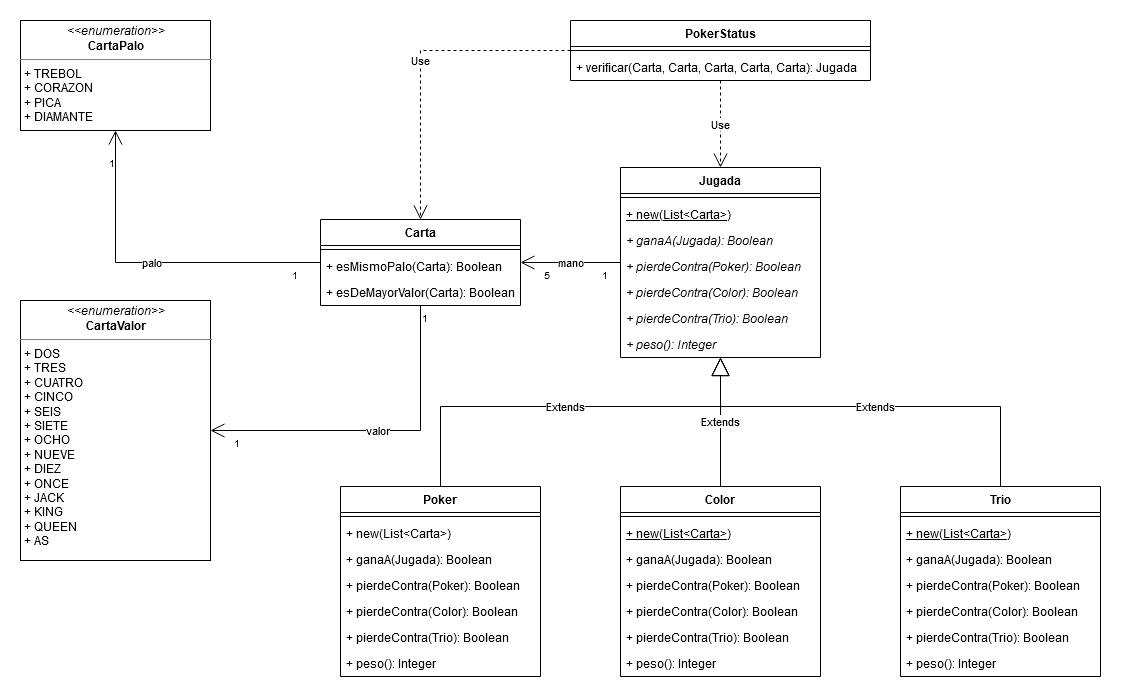
This is docs/tp07_test_y_test_doubles/uml-06-jugadas-de-poquer.png from pablospizzamiglio/unq-po2, a draw.io export, as it was before one commit. Source tidied: cells renumbered, new cells last; positions are measured from the earlier drawing's top-left corner, leaving out a move shared by most shapes. Its diagram source:
```xml
<mxGraphModel>
  <root>
    <mxCell id="0" />
    <mxCell id="1" parent="0" />
    <mxCell id="2" value="mano" style="endArrow=open;html=1;endSize=12;startArrow=none;startSize=14;startFill=0;edgeStyle=orthogonalEdgeStyle;rounded=0;" parent="1" edge="1" source="41" target="37">
      <mxGeometry relative="1" as="geometry" />
    </mxCell>
    <mxCell id="3" value="1" style="html=1;align=left;verticalAlign=top;labelBackgroundColor=#ffffff;fontSize=10;" parent="2" vertex="1">
      <mxGeometry x="-1" relative="1" as="geometry">
        <mxPoint x="-20" as="offset" />
      </mxGeometry>
    </mxCell>
    <mxCell id="4" value="5" style="html=1;align=right;verticalAlign=top;labelBackgroundColor=#ffffff;fontSize=10;" parent="2" vertex="1">
      <mxGeometry x="1" relative="1" as="geometry">
        <mxPoint x="30" as="offset" />
      </mxGeometry>
    </mxCell>
    <mxCell id="5" value="Extends" style="endArrow=block;endSize=16;endFill=0;html=1;edgeStyle=orthogonalEdgeStyle;rounded=0;" parent="1" edge="1" source="13" target="41">
      <mxGeometry relative="1" as="geometry">
        <Array as="points">
          <mxPoint x="420" y="386" />
          <mxPoint x="700" y="386" />
        </Array>
      </mxGeometry>
    </mxCell>
    <mxCell id="6" value="Extends" style="endArrow=block;endSize=16;endFill=0;html=1;rounded=0;edgeStyle=orthogonalEdgeStyle;" parent="1" edge="1" source="49" target="41">
      <mxGeometry relative="1" as="geometry" />
    </mxCell>
    <mxCell id="7" value="Extends" style="endArrow=block;endSize=16;endFill=0;html=1;rounded=0;edgeStyle=orthogonalEdgeStyle;" parent="1" edge="1" source="21" target="41">
      <mxGeometry relative="1" as="geometry">
        <Array as="points">
          <mxPoint x="980" y="386" />
          <mxPoint x="700" y="386" />
        </Array>
      </mxGeometry>
    </mxCell>
    <mxCell id="8" value="Use" style="endArrow=open;endSize=12;dashed=1;html=1;edgeStyle=orthogonalEdgeStyle;rounded=0;" parent="1" edge="1" source="10" target="37">
      <mxGeometry relative="1" as="geometry" />
    </mxCell>
    <mxCell id="9" value="Use" style="endArrow=open;endSize=12;dashed=1;html=1;" parent="1" edge="1" source="10" target="41">
      <mxGeometry relative="1" as="geometry" />
    </mxCell>
    <mxCell id="10" value="PokerStatus" style="swimlane;fontStyle=1;align=center;verticalAlign=top;horizontal=1;startSize=26;" parent="1" vertex="1">
      <mxGeometry x="550" width="300" height="60" as="geometry" />
    </mxCell>
    <mxCell id="11" style="line;strokeWidth=1;fillColor=none;align=left;verticalAlign=middle;spacingTop=-1;spacingLeft=3;spacingRight=3;labelPosition=right;" parent="10" vertex="1">
      <mxGeometry y="26" width="300" height="8" as="geometry" />
    </mxCell>
    <mxCell id="12" value="+ verificar(Carta, Carta, Carta, Carta, Carta): Jugada" style="text;strokeColor=none;fillColor=none;align=left;verticalAlign=top;spacingLeft=4;spacingRight=4;overflow=hidden;" parent="10" vertex="1">
      <mxGeometry y="34" width="300" height="26" as="geometry" />
    </mxCell>
    <mxCell id="13" value="Poker" style="swimlane;fontStyle=1;align=center;verticalAlign=top;horizontal=1;startSize=26;" parent="1" vertex="1">
      <mxGeometry x="320" y="466" width="200" height="190" as="geometry" />
    </mxCell>
    <mxCell id="14" style="line;strokeWidth=1;fillColor=none;align=left;verticalAlign=middle;spacingTop=-1;spacingLeft=3;spacingRight=3;labelPosition=right;" parent="13" vertex="1">
      <mxGeometry y="26" width="200" height="8" as="geometry" />
    </mxCell>
    <mxCell id="15" value="+ new(List&lt;Carta&gt;)" style="text;strokeColor=none;fillColor=none;align=left;verticalAlign=top;spacingLeft=4;spacingRight=4;overflow=hidden;" parent="13" vertex="1">
      <mxGeometry y="34" width="200" height="26" as="geometry" />
    </mxCell>
    <mxCell id="16" value="+ ganaA(Jugada): Boolean" style="text;strokeColor=none;fillColor=none;align=left;verticalAlign=top;spacingLeft=4;spacingRight=4;overflow=hidden;" parent="13" vertex="1">
      <mxGeometry y="60" width="200" height="26" as="geometry" />
    </mxCell>
    <mxCell id="17" value="+ pierdeContra(Poker): Boolean" style="text;strokeColor=none;fillColor=none;align=left;verticalAlign=top;spacingLeft=4;spacingRight=4;overflow=hidden;" parent="13" vertex="1">
      <mxGeometry y="86" width="200" height="26" as="geometry" />
    </mxCell>
    <mxCell id="18" value="+ pierdeContra(Color): Boolean" style="text;strokeColor=none;fillColor=none;align=left;verticalAlign=top;spacingLeft=4;spacingRight=4;overflow=hidden;" parent="13" vertex="1">
      <mxGeometry y="112" width="200" height="26" as="geometry" />
    </mxCell>
    <mxCell id="19" value="+ pierdeContra(Trio): Boolean" style="text;strokeColor=none;fillColor=none;align=left;verticalAlign=top;spacingLeft=4;spacingRight=4;overflow=hidden;" parent="13" vertex="1">
      <mxGeometry y="138" width="200" height="26" as="geometry" />
    </mxCell>
    <mxCell id="20" value="+ peso(): Integer" style="text;strokeColor=none;fillColor=none;align=left;verticalAlign=top;spacingLeft=4;spacingRight=4;overflow=hidden;" parent="13" vertex="1">
      <mxGeometry y="164" width="200" height="26" as="geometry" />
    </mxCell>
    <mxCell id="21" value="Trio" style="swimlane;fontStyle=1;align=center;verticalAlign=top;horizontal=1;startSize=26;" parent="1" vertex="1">
      <mxGeometry x="880" y="466" width="200" height="190" as="geometry" />
    </mxCell>
    <mxCell id="22" style="line;strokeWidth=1;fillColor=none;align=left;verticalAlign=middle;spacingTop=-1;spacingLeft=3;spacingRight=3;labelPosition=right;" parent="21" vertex="1">
      <mxGeometry y="26" width="200" height="8" as="geometry" />
    </mxCell>
    <mxCell id="23" value="+ new(List&lt;Carta&gt;)" style="text;strokeColor=none;fillColor=none;align=left;verticalAlign=top;spacingLeft=4;spacingRight=4;overflow=hidden;fontStyle=4;" parent="21" vertex="1">
      <mxGeometry y="34" width="200" height="26" as="geometry" />
    </mxCell>
    <mxCell id="24" value="+ ganaA(Jugada): Boolean" style="text;strokeColor=none;fillColor=none;align=left;verticalAlign=top;spacingLeft=4;spacingRight=4;overflow=hidden;fontStyle=0;" parent="21" vertex="1">
      <mxGeometry y="60" width="200" height="26" as="geometry" />
    </mxCell>
    <mxCell id="25" value="+ pierdeContra(Poker): Boolean" style="text;strokeColor=none;fillColor=none;align=left;verticalAlign=top;spacingLeft=4;spacingRight=4;overflow=hidden;fontStyle=0;" parent="21" vertex="1">
      <mxGeometry y="86" width="200" height="26" as="geometry" />
    </mxCell>
    <mxCell id="26" value="+ pierdeContra(Color): Boolean" style="text;strokeColor=none;fillColor=none;align=left;verticalAlign=top;spacingLeft=4;spacingRight=4;overflow=hidden;fontStyle=0;" parent="21" vertex="1">
      <mxGeometry y="112" width="200" height="26" as="geometry" />
    </mxCell>
    <mxCell id="27" value="+ pierdeContra(Trio): Boolean" style="text;strokeColor=none;fillColor=none;align=left;verticalAlign=top;spacingLeft=4;spacingRight=4;overflow=hidden;fontStyle=0;" parent="21" vertex="1">
      <mxGeometry y="138" width="200" height="26" as="geometry" />
    </mxCell>
    <mxCell id="28" value="+ peso(): Integer" style="text;strokeColor=none;fillColor=none;align=left;verticalAlign=top;spacingLeft=4;spacingRight=4;overflow=hidden;fontStyle=0;" parent="21" vertex="1">
      <mxGeometry y="164" width="200" height="26" as="geometry" />
    </mxCell>
    <mxCell id="29" value="&lt;p style=&quot;margin: 0px ; margin-top: 4px ; text-align: center&quot;&gt;&lt;i&gt;&amp;lt;&amp;lt;enumeration&amp;gt;&amp;gt;&lt;/i&gt;&lt;br&gt;&lt;b&gt;CartaPalo&lt;/b&gt;&lt;/p&gt;&lt;hr size=&quot;1&quot;&gt;&lt;p style=&quot;margin: 0px ; margin-left: 4px&quot;&gt;+ TREBOL&lt;br&gt;+ CORAZON&lt;br&gt;+ PICA&lt;br&gt;+ DIAMANTE&lt;br&gt;&lt;/p&gt;" style="verticalAlign=top;align=left;overflow=fill;fontSize=12;fontFamily=Helvetica;html=1;" parent="1" vertex="1">
      <mxGeometry width="190" height="110" as="geometry" />
    </mxCell>
    <mxCell id="30" value="&lt;p style=&quot;margin: 0px ; margin-top: 4px ; text-align: center&quot;&gt;&lt;i&gt;&amp;lt;&amp;lt;enumeration&amp;gt;&amp;gt;&lt;/i&gt;&lt;br&gt;&lt;b&gt;CartaValor&lt;/b&gt;&lt;/p&gt;&lt;hr size=&quot;1&quot;&gt;&lt;p style=&quot;margin: 0px ; margin-left: 4px&quot;&gt;+ DOS&lt;br&gt;+ TRES&lt;br&gt;+ CUATRO&lt;br&gt;+ CINCO&lt;br&gt;+ SEIS&lt;br&gt;+ SIETE&lt;br&gt;+ OCHO&lt;br&gt;+ NUEVE&lt;br&gt;+ DIEZ&lt;br&gt;+ ONCE&lt;br&gt;+ JACK&lt;br&gt;+ KING&lt;br&gt;+ QUEEN&lt;br&gt;+ AS&lt;br&gt;&lt;/p&gt;" style="verticalAlign=top;align=left;overflow=fill;fontSize=12;fontFamily=Helvetica;html=1;" parent="1" vertex="1">
      <mxGeometry y="280" width="190" height="260" as="geometry" />
    </mxCell>
    <mxCell id="31" value="palo" style="endArrow=open;html=1;endSize=12;startArrow=none;startSize=14;startFill=0;edgeStyle=orthogonalEdgeStyle;rounded=0;" parent="1" edge="1" source="37" target="29">
      <mxGeometry relative="1" as="geometry" />
    </mxCell>
    <mxCell id="32" value="1" style="html=1;align=left;verticalAlign=top;labelBackgroundColor=#ffffff;fontSize=10;" parent="31" vertex="1">
      <mxGeometry x="-1" relative="1" as="geometry">
        <mxPoint x="-30" as="offset" />
      </mxGeometry>
    </mxCell>
    <mxCell id="33" value="1" style="html=1;align=right;verticalAlign=top;labelBackgroundColor=#ffffff;fontSize=10;" parent="31" vertex="1">
      <mxGeometry x="1" relative="1" as="geometry">
        <mxPoint y="20" as="offset" />
      </mxGeometry>
    </mxCell>
    <mxCell id="34" value="valor" style="endArrow=open;html=1;endSize=12;startArrow=none;startSize=14;startFill=0;edgeStyle=orthogonalEdgeStyle;rounded=0;" parent="1" edge="1" source="37" target="30">
      <mxGeometry relative="1" as="geometry">
        <Array as="points">
          <mxPoint x="400" y="410" />
        </Array>
      </mxGeometry>
    </mxCell>
    <mxCell id="35" value="1" style="html=1;align=left;verticalAlign=top;labelBackgroundColor=#ffffff;fontSize=10;" parent="34" vertex="1">
      <mxGeometry x="-1" relative="1" as="geometry" />
    </mxCell>
    <mxCell id="36" value="1" style="html=1;align=right;verticalAlign=top;labelBackgroundColor=#ffffff;fontSize=10;" parent="34" vertex="1">
      <mxGeometry x="1" relative="1" as="geometry">
        <mxPoint x="30" as="offset" />
      </mxGeometry>
    </mxCell>
    <mxCell id="37" value="Carta" style="swimlane;fontStyle=1;align=center;verticalAlign=top;horizontal=1;startSize=26;" parent="1" vertex="1">
      <mxGeometry x="300" y="199" width="200" height="86" as="geometry" />
    </mxCell>
    <mxCell id="38" style="line;strokeWidth=1;fillColor=none;align=left;verticalAlign=middle;spacingTop=-1;spacingLeft=3;spacingRight=3;labelPosition=right;" parent="37" vertex="1">
      <mxGeometry y="26" width="200" height="8" as="geometry" />
    </mxCell>
    <mxCell id="39" value="+ esMismoPalo(Carta): Boolean" style="text;strokeColor=none;fillColor=none;align=left;verticalAlign=top;spacingLeft=4;spacingRight=4;overflow=hidden;" parent="37" vertex="1">
      <mxGeometry y="34" width="200" height="26" as="geometry" />
    </mxCell>
    <mxCell id="40" value="+ esDeMayorValor(Carta): Boolean" style="text;strokeColor=none;fillColor=none;align=left;verticalAlign=top;spacingLeft=4;spacingRight=4;overflow=hidden;" parent="37" vertex="1">
      <mxGeometry y="60" width="200" height="26" as="geometry" />
    </mxCell>
    <mxCell id="41" value="Jugada" style="swimlane;fontStyle=1;align=center;verticalAlign=top;horizontal=1;startSize=26;" parent="1" vertex="1">
      <mxGeometry x="600" y="147" width="200" height="190" as="geometry" />
    </mxCell>
    <mxCell id="42" style="line;strokeWidth=1;fillColor=none;align=left;verticalAlign=middle;spacingTop=-1;spacingLeft=3;spacingRight=3;labelPosition=right;" parent="41" vertex="1">
      <mxGeometry y="26" width="200" height="8" as="geometry" />
    </mxCell>
    <mxCell id="43" value="+ new(List&lt;Carta&gt;)" style="text;strokeColor=none;fillColor=none;align=left;verticalAlign=top;spacingLeft=4;spacingRight=4;overflow=hidden;fontStyle=4;" parent="41" vertex="1">
      <mxGeometry y="34" width="200" height="26" as="geometry" />
    </mxCell>
    <mxCell id="44" value="+ ganaA(Jugada): Boolean" style="text;strokeColor=none;fillColor=none;align=left;verticalAlign=top;spacingLeft=4;spacingRight=4;overflow=hidden;fontStyle=2;" parent="41" vertex="1">
      <mxGeometry y="60" width="200" height="26" as="geometry" />
    </mxCell>
    <mxCell id="45" value="+ pierdeContra(Poker): Boolean" style="text;strokeColor=none;fillColor=none;align=left;verticalAlign=top;spacingLeft=4;spacingRight=4;overflow=hidden;fontStyle=2;" parent="41" vertex="1">
      <mxGeometry y="86" width="200" height="26" as="geometry" />
    </mxCell>
    <mxCell id="46" value="+ pierdeContra(Color): Boolean" style="text;strokeColor=none;fillColor=none;align=left;verticalAlign=top;spacingLeft=4;spacingRight=4;overflow=hidden;fontStyle=2;" parent="41" vertex="1">
      <mxGeometry y="112" width="200" height="26" as="geometry" />
    </mxCell>
    <mxCell id="47" value="+ pierdeContra(Trio): Boolean" style="text;strokeColor=none;fillColor=none;align=left;verticalAlign=top;spacingLeft=4;spacingRight=4;overflow=hidden;fontStyle=2;" parent="41" vertex="1">
      <mxGeometry y="138" width="200" height="26" as="geometry" />
    </mxCell>
    <mxCell id="48" value="+ peso(): Integer" style="text;strokeColor=none;fillColor=none;align=left;verticalAlign=top;spacingLeft=4;spacingRight=4;overflow=hidden;fontStyle=2;" parent="41" vertex="1">
      <mxGeometry y="164" width="200" height="26" as="geometry" />
    </mxCell>
    <mxCell id="49" value="Color" style="swimlane;fontStyle=1;align=center;verticalAlign=top;horizontal=1;startSize=26;" parent="1" vertex="1">
      <mxGeometry x="600" y="466" width="200" height="190" as="geometry" />
    </mxCell>
    <mxCell id="50" style="line;strokeWidth=1;fillColor=none;align=left;verticalAlign=middle;spacingTop=-1;spacingLeft=3;spacingRight=3;labelPosition=right;" parent="49" vertex="1">
      <mxGeometry y="26" width="200" height="8" as="geometry" />
    </mxCell>
    <mxCell id="51" value="+ new(List&lt;Carta&gt;)" style="text;strokeColor=none;fillColor=none;align=left;verticalAlign=top;spacingLeft=4;spacingRight=4;overflow=hidden;fontStyle=4;" parent="49" vertex="1">
      <mxGeometry y="34" width="200" height="26" as="geometry" />
    </mxCell>
    <mxCell id="52" value="+ ganaA(Jugada): Boolean" style="text;strokeColor=none;fillColor=none;align=left;verticalAlign=top;spacingLeft=4;spacingRight=4;overflow=hidden;fontStyle=0;" parent="49" vertex="1">
      <mxGeometry y="60" width="200" height="26" as="geometry" />
    </mxCell>
    <mxCell id="53" value="+ pierdeContra(Poker): Boolean" style="text;strokeColor=none;fillColor=none;align=left;verticalAlign=top;spacingLeft=4;spacingRight=4;overflow=hidden;fontStyle=0;" parent="49" vertex="1">
      <mxGeometry y="86" width="200" height="26" as="geometry" />
    </mxCell>
    <mxCell id="54" value="+ pierdeContra(Color): Boolean" style="text;strokeColor=none;fillColor=none;align=left;verticalAlign=top;spacingLeft=4;spacingRight=4;overflow=hidden;fontStyle=0;" parent="49" vertex="1">
      <mxGeometry y="112" width="200" height="26" as="geometry" />
    </mxCell>
    <mxCell id="55" value="+ pierdeContra(Trio): Boolean" style="text;strokeColor=none;fillColor=none;align=left;verticalAlign=top;spacingLeft=4;spacingRight=4;overflow=hidden;fontStyle=0;" parent="49" vertex="1">
      <mxGeometry y="138" width="200" height="26" as="geometry" />
    </mxCell>
    <mxCell id="56" value="+ peso(): Integer" style="text;strokeColor=none;fillColor=none;align=left;verticalAlign=top;spacingLeft=4;spacingRight=4;overflow=hidden;fontStyle=0;" parent="49" vertex="1">
      <mxGeometry y="164" width="200" height="26" as="geometry" />
    </mxCell>
  </root>
</mxGraphModel>
```
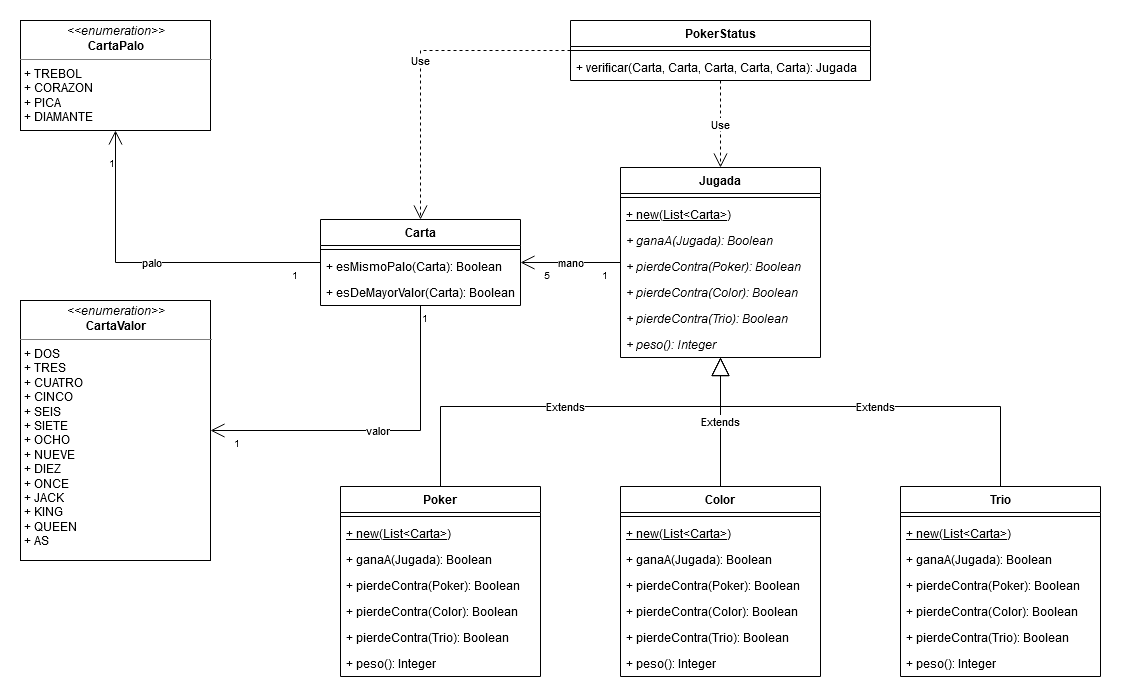
After the commit.

Commit message:
Fix constructor not being underlined

Diff of the diagram source:
```diff
@@ -55,7 +55,7 @@
     <mxCell id="14" style="line;strokeWidth=1;fillColor=none;align=left;verticalAlign=middle;spacingTop=-1;spacingLeft=3;spacingRight=3;labelPosition=right;" parent="13" vertex="1">
       <mxGeometry y="26" width="200" height="8" as="geometry" />
     </mxCell>
-    <mxCell id="15" value="+ new(List&lt;Carta&gt;)" style="text;strokeColor=none;fillColor=none;align=left;verticalAlign=top;spacingLeft=4;spacingRight=4;overflow=hidden;" parent="13" vertex="1">
+    <mxCell id="15" value="+ new(List&lt;Carta&gt;)" style="text;strokeColor=none;fillColor=none;align=left;verticalAlign=top;spacingLeft=4;spacingRight=4;overflow=hidden;fontStyle=4;" parent="13" vertex="1">
       <mxGeometry y="34" width="200" height="26" as="geometry" />
     </mxCell>
     <mxCell id="16" value="+ ganaA(Jugada): Boolean" style="text;strokeColor=none;fillColor=none;align=left;verticalAlign=top;spacingLeft=4;spacingRight=4;overflow=hidden;" parent="13" vertex="1">
```
